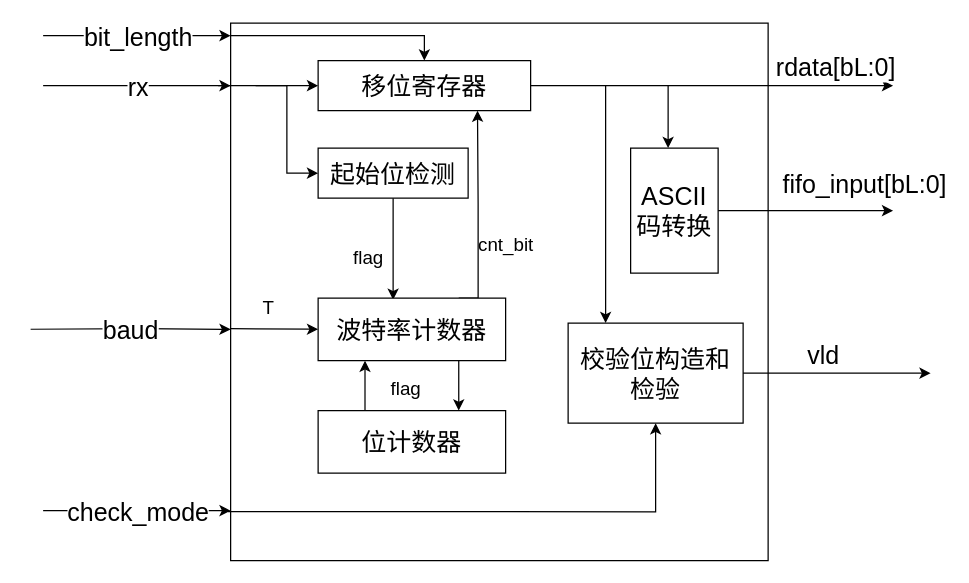
Bingogogo8/tulinDemo keeps this draw.io diagram as Untitled Diagram.drawio. Above is the earlier version. Source tidied: cells renumbered, new cells numbered last; positions are measured from the earlier drawing's top-left corner, leaving out a move shared by most shapes. Both pictures are drawn from the tidied source at 125%, with x=0, y=0 at pixel (30, 22).
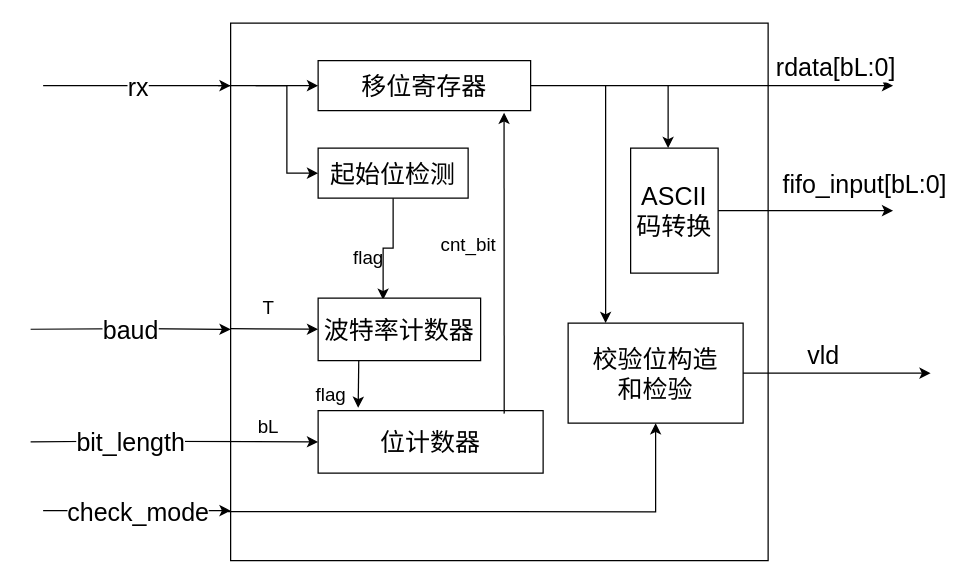
The same diagram, later.

The change refers to these unchanged cells:
```xml
<mxCell id="13" value="移位寄存器" style="rounded=0;whiteSpace=wrap;html=1;fontSize=20;" parent="1" vertex="1">
  <mxGeometry x="230" y="30" width="170" height="40" as="geometry" />
</mxCell>
```

Change to the diagram source:
```diff
@@
-    <mxCell id="8" style="endArrow=classic;html=1;rounded=0;" parent="1" edge="1">
+    <mxCell id="8" style="endArrow=classic;html=1;rounded=0;entryX=0;entryY=0.5;entryDx=0;entryDy=0;" parent="1" edge="1" target="20">
       <mxGeometry relative="1" as="geometry">
-        <mxPoint x="10" y="10" as="sourcePoint" />
-        <mxPoint x="160" y="10" as="targetPoint" />
+        <mxPoint y="335" as="sourcePoint" />
         <Array as="points">
-          <mxPoint x="90" y="10" />
+          <mxPoint x="60" y="334.5" />
         </Array>
       </mxGeometry>
     </mxCell>
     <mxCell id="9" value="bit_length" style="edgeLabel;html=1;align=center;verticalAlign=middle;fontSize=20;" parent="8" vertex="1">
-      <mxGeometry relative="1" as="geometry" />
+      <mxGeometry relative="1" as="geometry">
+        <mxPoint x="-35" as="offset" />
+      </mxGeometry>
     </mxCell>
@@
-    <mxCell id="18" style="edgeStyle=orthogonalEdgeStyle;rounded=0;jettySize=auto;html=1;exitX=0.75;exitY=0;exitDx=0;exitDy=0;entryX=0.75;entryY=1;entryDx=0;entryDy=0;fontSize=15;" parent="1" edge="1" source="19" target="13">
-      <mxGeometry relative="1" as="geometry">
-        <Array as="points">
-          <mxPoint x="358" y="220" />
-          <mxPoint x="358" y="145" />
-        </Array>
-      </mxGeometry>
-    </mxCell>
     <mxCell id="19" value="波特率计数器" style="rounded=0;whiteSpace=wrap;html=1;fontSize=20;" parent="1" vertex="1">
-      <mxGeometry x="230" y="220" width="150" height="50" as="geometry" />
+      <mxGeometry x="230" y="220" width="130" height="50" as="geometry" />
     </mxCell>
     <mxCell id="20" value="位计数器" style="rounded=0;whiteSpace=wrap;html=1;fontSize=20;" parent="1" vertex="1">
-      <mxGeometry x="230" y="310" width="150" height="50" as="geometry" />
+      <mxGeometry x="230" y="310" width="180" height="50" as="geometry" />
     </mxCell>
@@
-    <mxCell id="23" style="endArrow=classic;html=1;rounded=0;fontSize=12;exitX=0.25;exitY=0;exitDx=0;exitDy=0;entryX=0.25;entryY=1;entryDx=0;entryDy=0;" parent="1" edge="1" source="20" target="19">
-      <mxGeometry relative="1" as="geometry" />
-    </mxCell>
-    <mxCell id="24" style="endArrow=classic;html=1;rounded=0;fontSize=12;exitX=0.75;exitY=1;exitDx=0;exitDy=0;entryX=0.75;entryY=0;entryDx=0;entryDy=0;" parent="1" edge="1" source="19" target="20">
-      <mxGeometry relative="1" as="geometry" />
-    </mxCell>
@@
     <mxCell id="26" value="&lt;font style=&quot;font-size: 15px&quot;&gt;cnt_bit&lt;/font&gt;" style="text;html=1;align=center;verticalAlign=middle;strokeColor=none;fillColor=none;fontSize=20;" parent="1" vertex="1">
-      <mxGeometry x="350" y="160" width="60" height="30" as="geometry" />
+      <mxGeometry x="320" y="160" width="60" height="30" as="geometry" />
     </mxCell>
-    <mxCell id="27" value="校验位构造和检验" style="rounded=0;whiteSpace=wrap;html=1;fontSize=20;" parent="1" vertex="1">
+    <mxCell id="27" value="校验位构造&lt;br&gt;和检验" style="rounded=0;whiteSpace=wrap;html=1;fontSize=20;" parent="1" vertex="1">
       <mxGeometry x="430" y="240" width="140" height="80" as="geometry" />
     </mxCell>
@@
-    <mxCell id="33" style="edgeStyle=segmentEdgeStyle;endArrow=classic;html=1;rounded=0;fontSize=15;entryX=0.5;entryY=0;entryDx=0;entryDy=0;" parent="1" edge="1" target="13">
-      <mxGeometry relative="1" as="geometry">
-        <mxPoint x="160" y="10" as="sourcePoint" />
-      </mxGeometry>
-    </mxCell>
@@
     <mxCell id="38" value="&lt;font style=&quot;font-size: 15px&quot;&gt;flag&lt;/font&gt;" style="text;html=1;align=center;verticalAlign=middle;strokeColor=none;fillColor=none;fontSize=20;" parent="1" vertex="1">
-      <mxGeometry x="280" y="275" width="40" height="30" as="geometry" />
+      <mxGeometry x="220" y="280" width="40" height="30" as="geometry" />
     </mxCell>
+    <mxCell id="39" value="&lt;font style=&quot;font-size: 15px&quot;&gt;bL&lt;/font&gt;" style="text;html=1;align=center;verticalAlign=middle;strokeColor=none;fillColor=none;fontSize=20;" parent="1" vertex="1">
+      <mxGeometry x="175" y="305" width="30" height="30" as="geometry" />
+    </mxCell>
+    <mxCell id="24" style="endArrow=classic;html=1;rounded=0;fontSize=15;exitX=0.25;exitY=1;exitDx=0;exitDy=0;entryX=0.178;entryY=-0.044;entryDx=0;entryDy=0;entryPerimeter=0;" parent="1" edge="1" source="19" target="20">
+      <mxGeometry relative="1" as="geometry" />
+    </mxCell>
+    <mxCell id="40" style="endArrow=classic;html=1;rounded=0;fontSize=15;entryX=0.875;entryY=1.04;entryDx=0;entryDy=0;entryPerimeter=0;exitX=0.827;exitY=0.048;exitDx=0;exitDy=0;exitPerimeter=0;" parent="1" edge="1" source="20" target="13">
+      <mxGeometry relative="1" as="geometry" />
+    </mxCell>
```
